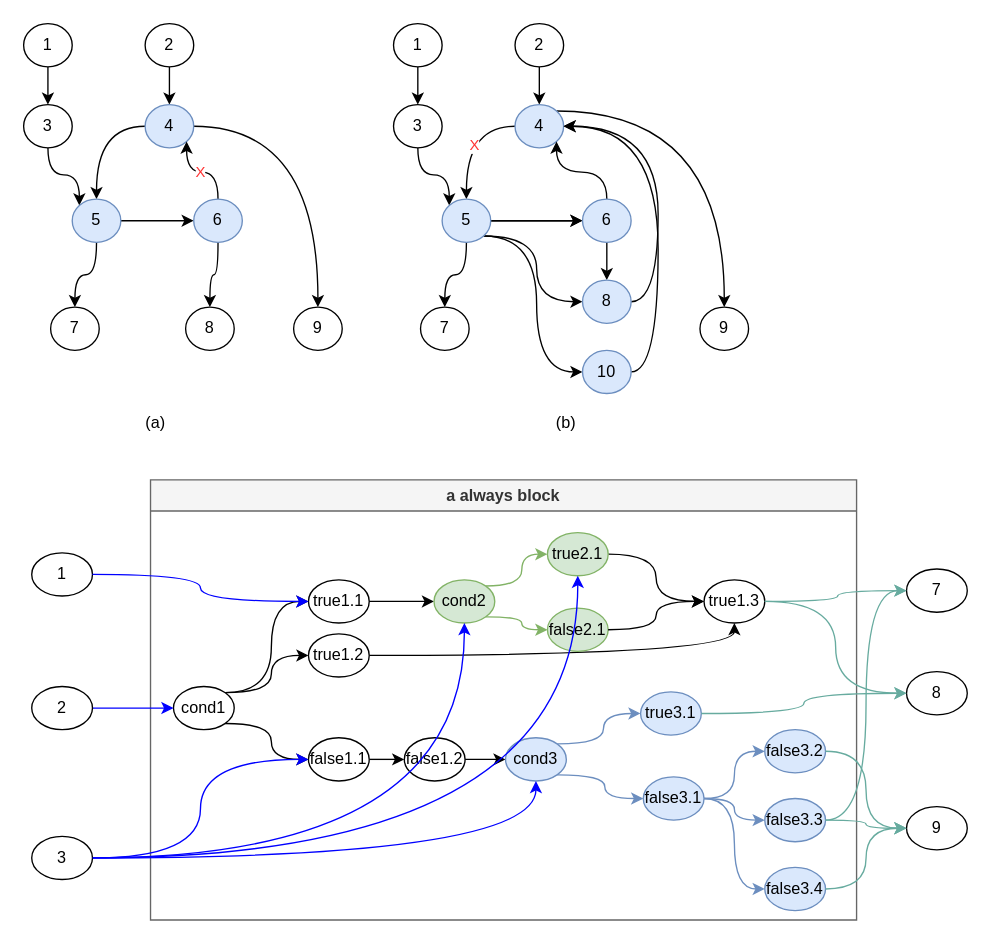
Earlier version of the draw.io diagram page "always展开" (2 of 2) of verilator_digrams/专用硬件2_10.drawio (Dercury/CLDK). Source tidied: cells renumbered, new cells numbered last; positions are measured from the earlier drawing's top-left corner, leaving out a move shared by most shapes. Both pictures are drawn from the tidied source at 135%, with x=0, y=0 at pixel (23, 23).
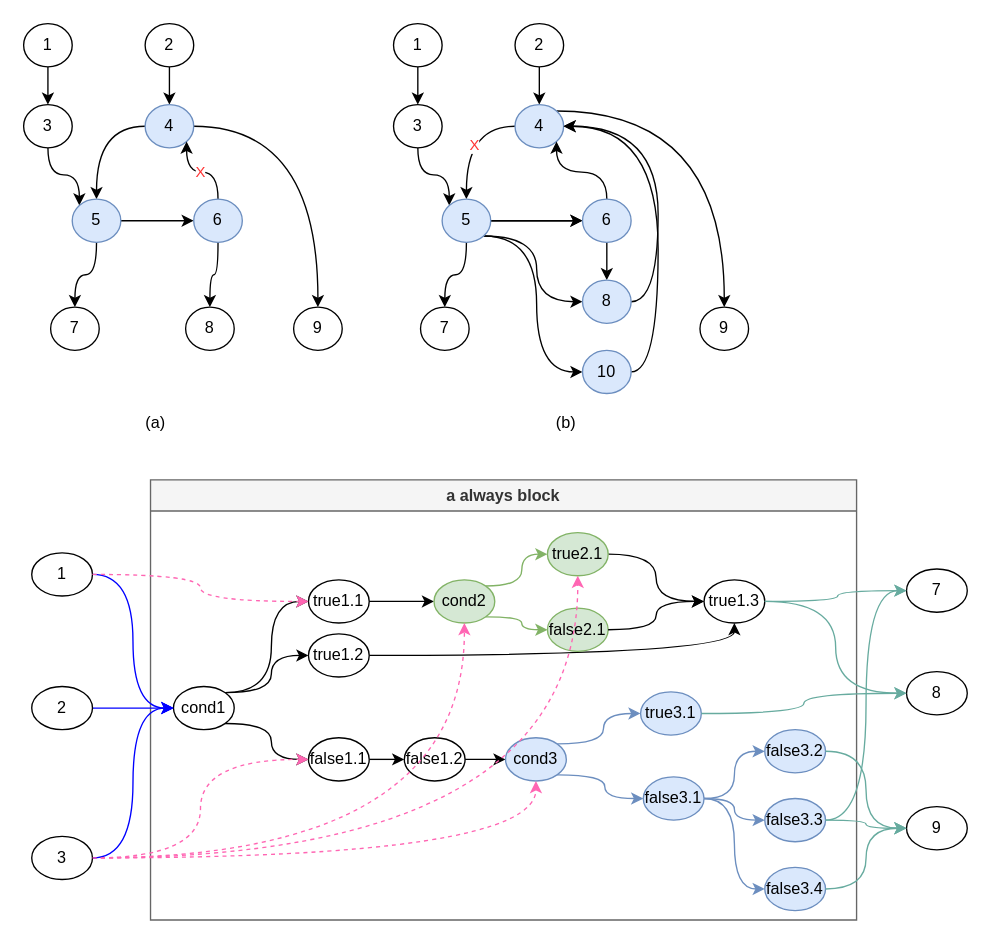
Above is the later version.

Commit message:
更新专用硬件2_10.drawio

The change refers to these unchanged cells:
```xml
<mxCell id="50" value="cond1" style="ellipse;whiteSpace=wrap;html=1;" parent="46" vertex="1">
  <mxGeometry x="17" y="153" width="45" height="32" as="geometry" />
</mxCell>
<mxCell id="51" value="true1.1" style="ellipse;whiteSpace=wrap;html=1;" parent="46" vertex="1">
  <mxGeometry x="117" y="74" width="45" height="32" as="geometry" />
</mxCell>
<mxCell id="56" value="false1.1" style="ellipse;whiteSpace=wrap;html=1;" parent="46" vertex="1">
  <mxGeometry x="117" y="191" width="45" height="32" as="geometry" />
</mxCell>
<mxCell id="60" value="cond2" style="ellipse;whiteSpace=wrap;html=1;fillColor=#d5e8d4;strokeColor=#82b366;" parent="46" vertex="1">
  <mxGeometry x="210" y="74" width="45" height="32" as="geometry" />
</mxCell>
<mxCell id="62" value="true2.1" style="ellipse;whiteSpace=wrap;html=1;fillColor=#d5e8d4;strokeColor=#82b366;" parent="46" vertex="1">
  <mxGeometry x="294" y="39" width="45" height="32" as="geometry" />
</mxCell>
<mxCell id="66" value="cond3" style="ellipse;whiteSpace=wrap;html=1;fillColor=#dae8fc;strokeColor=#6c8ebf;" parent="46" vertex="1">
  <mxGeometry x="263" y="191" width="45" height="32" as="geometry" />
</mxCell>
<mxCell id="78" value="1" style="ellipse;whiteSpace=wrap;html=1;" parent="1" vertex="1">
  <mxGeometry x="6" y="392" width="45" height="32" as="geometry" />
</mxCell>
<mxCell id="95" value="3" style="ellipse;whiteSpace=wrap;html=1;" parent="1" vertex="1">
  <mxGeometry x="6" y="602" width="45" height="32" as="geometry" />
</mxCell>
```

What changed in the source:
```diff
@@
+    <mxCell id="97" style="edgeStyle=orthogonalEdgeStyle;rounded=0;jettySize=auto;html=1;exitX=1;exitY=0.5;exitDx=0;exitDy=0;entryX=0;entryY=0.5;entryDx=0;entryDy=0;curved=1;strokeColor=#0000FF;" parent="1" edge="1" source="78" target="50">
+      <mxGeometry relative="1" as="geometry" />
+    </mxCell>
@@
-    <mxCell id="91" style="edgeStyle=orthogonalEdgeStyle;rounded=0;jettySize=auto;html=1;exitX=1;exitY=0.5;exitDx=0;exitDy=0;curved=1;strokeColor=#0000FF;" parent="1" edge="1" source="78" target="51">
+    <mxCell id="91" style="edgeStyle=orthogonalEdgeStyle;rounded=0;jettySize=auto;html=1;exitX=1;exitY=0.5;exitDx=0;exitDy=0;curved=1;strokeColor=#FF66B3;dashed=1;" parent="1" edge="1" source="78" target="51">
       <mxGeometry relative="1" as="geometry" />
     </mxCell>
-    <mxCell id="92" style="edgeStyle=orthogonalEdgeStyle;rounded=0;jettySize=auto;html=1;exitX=1;exitY=0.5;exitDx=0;exitDy=0;entryX=0;entryY=0.5;entryDx=0;entryDy=0;curved=1;strokeColor=#0000FF;" parent="1" edge="1" source="95" target="56">
+    <mxCell id="92" style="edgeStyle=orthogonalEdgeStyle;rounded=0;jettySize=auto;html=1;exitX=1;exitY=0.5;exitDx=0;exitDy=0;entryX=0;entryY=0.5;entryDx=0;entryDy=0;curved=1;strokeColor=#FF66B3;dashed=1;" parent="1" edge="1" source="95" target="56">
       <mxGeometry relative="1" as="geometry" />
     </mxCell>
-    <mxCell id="93" style="edgeStyle=orthogonalEdgeStyle;rounded=0;jettySize=auto;html=1;exitX=1;exitY=0.5;exitDx=0;exitDy=0;curved=1;strokeColor=#0000FF;" parent="1" edge="1" source="95" target="66">
+    <mxCell id="93" style="edgeStyle=orthogonalEdgeStyle;rounded=0;jettySize=auto;html=1;exitX=1;exitY=0.5;exitDx=0;exitDy=0;curved=1;strokeColor=#FF66B3;dashed=1;" parent="1" edge="1" source="95" target="66">
       <mxGeometry relative="1" as="geometry" />
     </mxCell>
-    <mxCell id="94" style="edgeStyle=orthogonalEdgeStyle;rounded=0;jettySize=auto;html=1;exitX=1;exitY=0.5;exitDx=0;exitDy=0;curved=1;strokeColor=#0000FF;" parent="1" edge="1" source="95" target="62">
+    <mxCell id="94" style="edgeStyle=orthogonalEdgeStyle;rounded=0;jettySize=auto;html=1;exitX=1;exitY=0.5;exitDx=0;exitDy=0;curved=1;strokeColor=#FF66B3;dashed=1;" parent="1" edge="1" source="95" target="62">
       <mxGeometry relative="1" as="geometry" />
     </mxCell>
+    <mxCell id="98" style="edgeStyle=orthogonalEdgeStyle;rounded=0;jettySize=auto;html=1;exitX=1;exitY=0.5;exitDx=0;exitDy=0;entryX=0;entryY=0.5;entryDx=0;entryDy=0;curved=1;strokeColor=#0000FF;" parent="1" edge="1" source="95" target="50">
+      <mxGeometry relative="1" as="geometry" />
+    </mxCell>
@@
-    <mxCell id="96" style="edgeStyle=orthogonalEdgeStyle;rounded=0;jettySize=auto;html=1;exitX=1;exitY=0.5;exitDx=0;exitDy=0;curved=1;strokeColor=#0000FF;" parent="1" edge="1" source="95" target="60">
+    <mxCell id="96" style="edgeStyle=orthogonalEdgeStyle;rounded=0;jettySize=auto;html=1;exitX=1;exitY=0.5;exitDx=0;exitDy=0;curved=1;strokeColor=#FF66B3;dashed=1;" parent="1" edge="1" source="95" target="60">
       <mxGeometry relative="1" as="geometry" />
     </mxCell>
```
